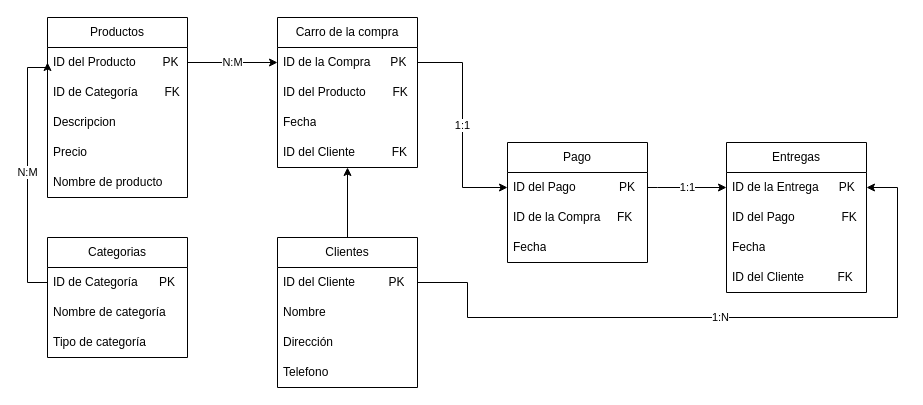
This is diagrama-entidad-relacion.drawio from AnderCasillas/images, a draw.io file, before an edit. Source tidied: cells renumbered, new cells numbered last; positions are measured from the earlier drawing's top-left corner, leaving out a move shared by most shapes. Both pictures are drawn from the tidied source at 100%, with x=0, y=0 at pixel (27, 17).
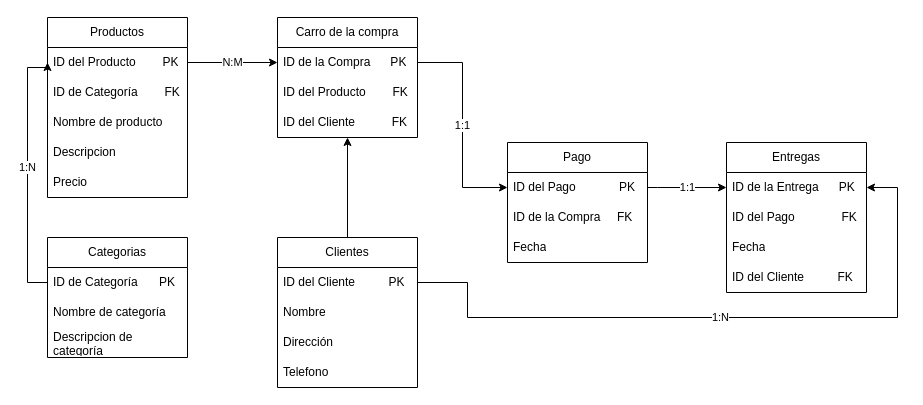
Above is the later version.

The change refers to these unchanged cells:
```xml
<mxCell id="2" value="Categorias" style="swimlane;fontStyle=0;horizontal=1;startSize=30;whiteSpace=wrap;html=1;" parent="1" vertex="1">
  <mxGeometry x="20" y="220" width="140" height="120" as="geometry" />
</mxCell>
<mxCell id="3" value="ID de Categoría" style="text;strokeColor=none;fillColor=none;align=left;verticalAlign=middle;spacingLeft=4;spacingRight=4;overflow=hidden;points=[[0,0.5],[1,0.5]];portConstraint=eastwest;whiteSpace=wrap;html=1;" parent="2" vertex="1">
  <mxGeometry y="30" width="140" height="30" as="geometry" />
</mxCell>
<mxCell id="22" value="Productos" style="swimlane;fontStyle=0;horizontal=1;startSize=30;whiteSpace=wrap;html=1;" parent="1" vertex="1">
  <mxGeometry x="20" width="140" height="180" as="geometry" />
</mxCell>
<mxCell id="23" value="ID del Producto&amp;nbsp;&amp;nbsp;&amp;nbsp;&amp;nbsp;&amp;nbsp;&amp;nbsp;&amp;nbsp; PK" style="text;strokeColor=none;fillColor=none;align=left;verticalAlign=middle;spacingLeft=4;spacingRight=4;overflow=hidden;points=[[0,0.5],[1,0.5]];portConstraint=eastwest;whiteSpace=wrap;html=1;" parent="22" vertex="1">
  <mxGeometry y="30" width="140" height="30" as="geometry" />
</mxCell>
```

Change to the diagram source:
```diff
@@
-    <mxCell id="5" value="Tipo de categoría" style="text;strokeColor=none;fillColor=none;align=left;verticalAlign=middle;spacingLeft=4;spacingRight=4;overflow=hidden;whiteSpace=wrap;html=1;" parent="2" vertex="1">
+    <mxCell id="5" value="Descripcion de categoría" style="text;strokeColor=none;fillColor=none;align=left;verticalAlign=middle;spacingLeft=4;spacingRight=4;overflow=hidden;whiteSpace=wrap;html=1;" parent="2" vertex="1">
       <mxGeometry y="90" width="140" height="30" as="geometry" />
     </mxCell>
     <mxCell id="6" value="Carro de la compra" style="swimlane;fontStyle=0;horizontal=1;startSize=30;whiteSpace=wrap;html=1;" parent="1" vertex="1">
-      <mxGeometry x="250" width="140" height="150" as="geometry" />
+      <mxGeometry x="250" width="140" height="120" as="geometry" />
     </mxCell>
@@
-    <mxCell id="9" value="Fecha" style="text;strokeColor=none;fillColor=none;align=left;verticalAlign=middle;spacingLeft=4;spacingRight=4;overflow=hidden;whiteSpace=wrap;html=1;" parent="6" vertex="1">
-      <mxGeometry y="90" width="140" height="30" as="geometry" />
-    </mxCell>
     <mxCell id="10" value="ID del Cliente&amp;nbsp;&amp;nbsp;&amp;nbsp;&amp;nbsp;&amp;nbsp;&amp;nbsp;&amp;nbsp;&amp;nbsp;&amp;nbsp;&amp;nbsp; FK" style="text;strokeColor=none;fillColor=none;align=left;verticalAlign=middle;spacingLeft=4;spacingRight=4;overflow=hidden;whiteSpace=wrap;html=1;" parent="6" vertex="1">
-      <mxGeometry y="120" width="140" height="30" as="geometry" />
+      <mxGeometry y="90" width="140" height="30" as="geometry" />
     </mxCell>
@@
+    <mxCell id="27" value="Nombre de producto" style="text;strokeColor=none;fillColor=none;align=left;verticalAlign=middle;spacingLeft=4;spacingRight=4;overflow=hidden;whiteSpace=wrap;html=1;" parent="22" vertex="1">
+      <mxGeometry y="90" width="140" height="30" as="geometry" />
+    </mxCell>
     <mxCell id="25" value="Descripcion" style="text;strokeColor=none;fillColor=none;align=left;verticalAlign=middle;spacingLeft=4;spacingRight=4;overflow=hidden;whiteSpace=wrap;html=1;" parent="22" vertex="1">
-      <mxGeometry y="90" width="140" height="30" as="geometry" />
+      <mxGeometry y="120" width="140" height="30" as="geometry" />
     </mxCell>
     <mxCell id="26" value="Precio" style="text;strokeColor=none;fillColor=none;align=left;verticalAlign=middle;spacingLeft=4;spacingRight=4;overflow=hidden;whiteSpace=wrap;html=1;" parent="22" vertex="1">
-      <mxGeometry y="120" width="140" height="30" as="geometry" />
+      <mxGeometry y="150" width="140" height="30" as="geometry" />
     </mxCell>
-    <mxCell id="27" value="Nombre de producto" style="text;strokeColor=none;fillColor=none;align=left;verticalAlign=middle;spacingLeft=4;spacingRight=4;overflow=hidden;whiteSpace=wrap;html=1;" parent="22" vertex="1">
-      <mxGeometry y="150" width="140" height="30" as="geometry" />
-    </mxCell>
@@
-    <mxCell id="36" value="N:M" style="edgeStyle=orthogonalEdgeStyle;rounded=0;jettySize=auto;html=1;entryX=0;entryY=0.5;entryDx=0;entryDy=0;" parent="1" edge="1" source="3" target="23">
-      <mxGeometry relative="1" as="geometry">
+    <mxCell id="36" value="1:N" style="edgeStyle=orthogonalEdgeStyle;rounded=0;jettySize=auto;html=1;entryX=0;entryY=0.5;entryDx=0;entryDy=0;spacing=3;" parent="1" edge="1" source="3" target="23">
+      <mxGeometry x="0.04" relative="1" as="geometry">
         <Array as="points">
           <mxPoint y="265" />
           <mxPoint y="50" />
           <mxPoint x="20" y="50" />
         </Array>
       </mxGeometry>
     </mxCell>
```
